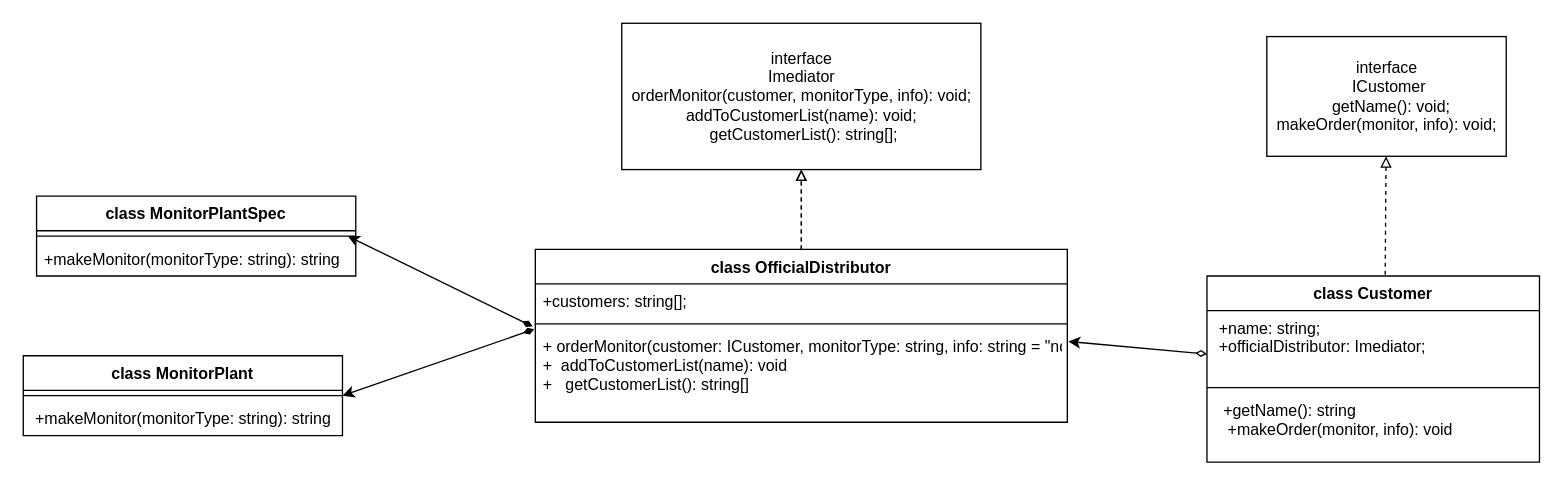
Above: Behaviour/Mediator/mediator.drawio in danil-jpg/MyPatterns (draw.io), before the change. Source tidied: cells renumbered, new cells numbered last; positions are measured from the earlier drawing's top-left corner, leaving out a move shared by most shapes. Both pictures are drawn from the tidied source at 133%, with x=0, y=0 at pixel (23, 23).
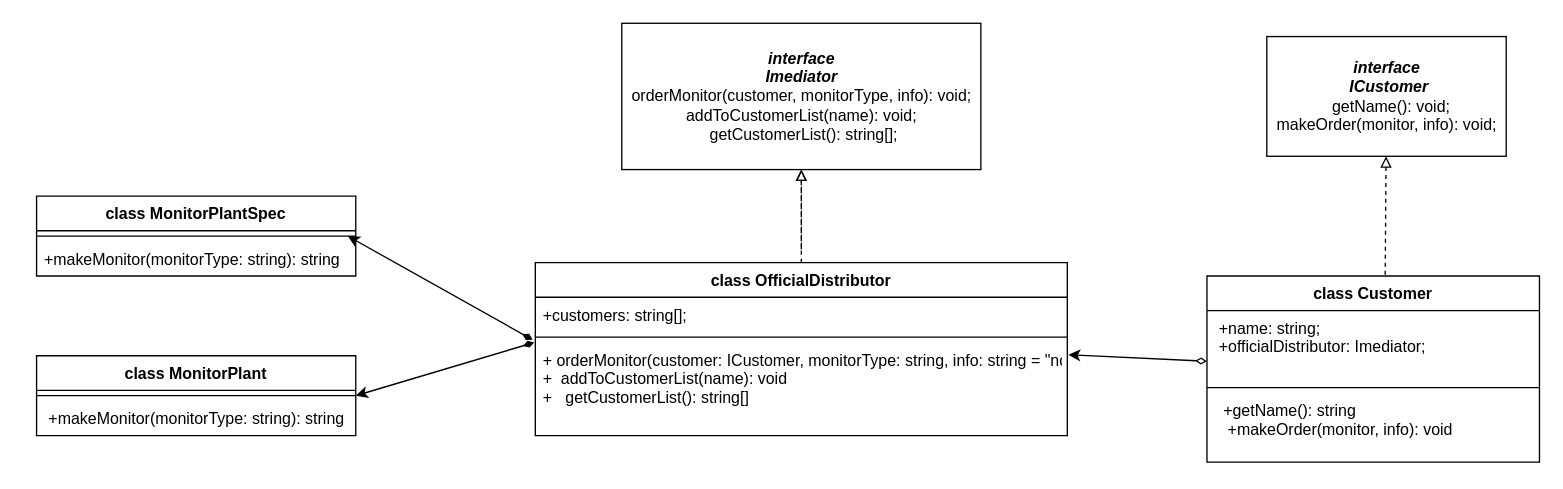
The same page after the edit.

Diff of the diagram source:
```diff
@@
-    <mxCell id="2" value="interface&lt;br&gt;Imediator&lt;br&gt;orderMonitor(customer, monitorType, info): void;&lt;br&gt;addToCustomerList(name): void;&lt;br&gt;&amp;nbsp;getCustomerList(): string[];" style="html=1;" parent="1" vertex="1">
+    <mxCell id="2" value="&lt;b&gt;&lt;i&gt;interface&lt;br&gt;Imediator&lt;/i&gt;&lt;/b&gt;&lt;br&gt;orderMonitor(customer, monitorType, info): void;&lt;br&gt;addToCustomerList(name): void;&lt;br&gt;&amp;nbsp;getCustomerList(): string[];" style="html=1;" parent="1" vertex="1">
       <mxGeometry x="450" width="270" height="110" as="geometry" />
     </mxCell>
-    <mxCell id="3" value="interface&lt;br&gt;&amp;nbsp;ICustomer&lt;br&gt;&amp;nbsp; getName(): void;&lt;br&gt;&amp;nbsp;makeOrder(monitor, info): void;&amp;nbsp;" style="html=1;" parent="1" vertex="1">
+    <mxCell id="3" value="&lt;b&gt;&lt;i&gt;interface&lt;br&gt;&amp;nbsp;ICustomer&lt;/i&gt;&lt;/b&gt;&lt;br&gt;&amp;nbsp; getName(): void;&lt;br&gt;&amp;nbsp;makeOrder(monitor, info): void;&amp;nbsp;" style="html=1;" parent="1" vertex="1">
       <mxGeometry x="935" y="10" width="180" height="90" as="geometry" />
     </mxCell>
     <mxCell id="4" value="class MonitorPlant " style="swimlane;fontStyle=1;align=center;verticalAlign=top;horizontal=1;startSize=26;" parent="1" vertex="1">
-      <mxGeometry y="250" width="240" height="60" as="geometry" />
+      <mxGeometry x="10" y="250" width="240" height="60" as="geometry" />
     </mxCell>
@@
     <mxCell id="12" value="class OfficialDistributor" style="swimlane;fontStyle=1;align=center;verticalAlign=top;horizontal=1;startSize=26;" parent="1" vertex="1">
-      <mxGeometry x="385" y="170" width="400" height="130" as="geometry" />
+      <mxGeometry x="385" y="180" width="400" height="130" as="geometry" />
     </mxCell>
```
